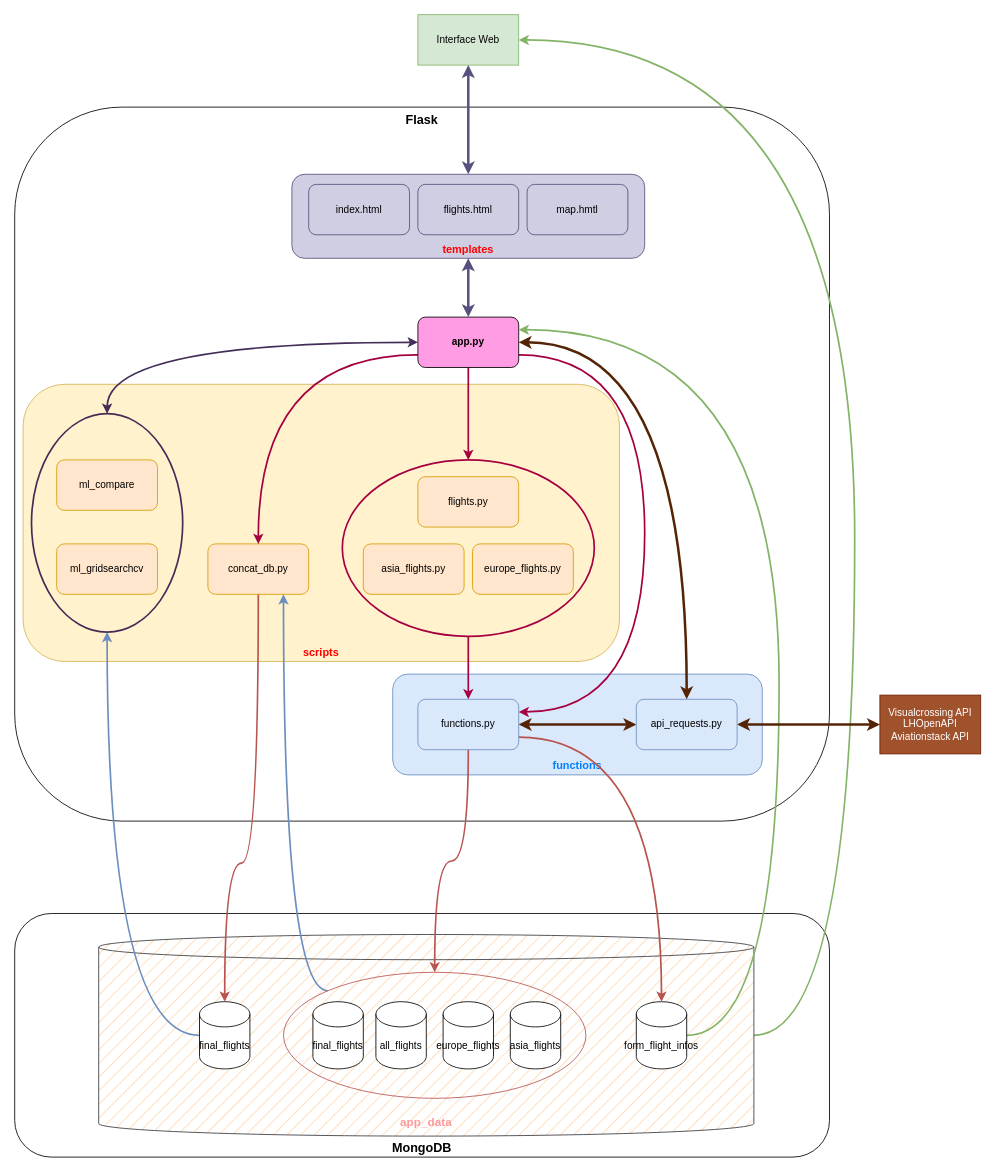
Above: Diagramm/Architecture_Diagramm.drawio in dstairlines24/DST_AIRLINES (draw.io), before the change. Source tidied: cells renumbered, new cells numbered last; positions are measured from the earlier drawing's top-left corner, leaving out a move shared by most shapes. Both pictures are drawn from the tidied source at 84%, with x=0, y=0 at pixel (14, 14).
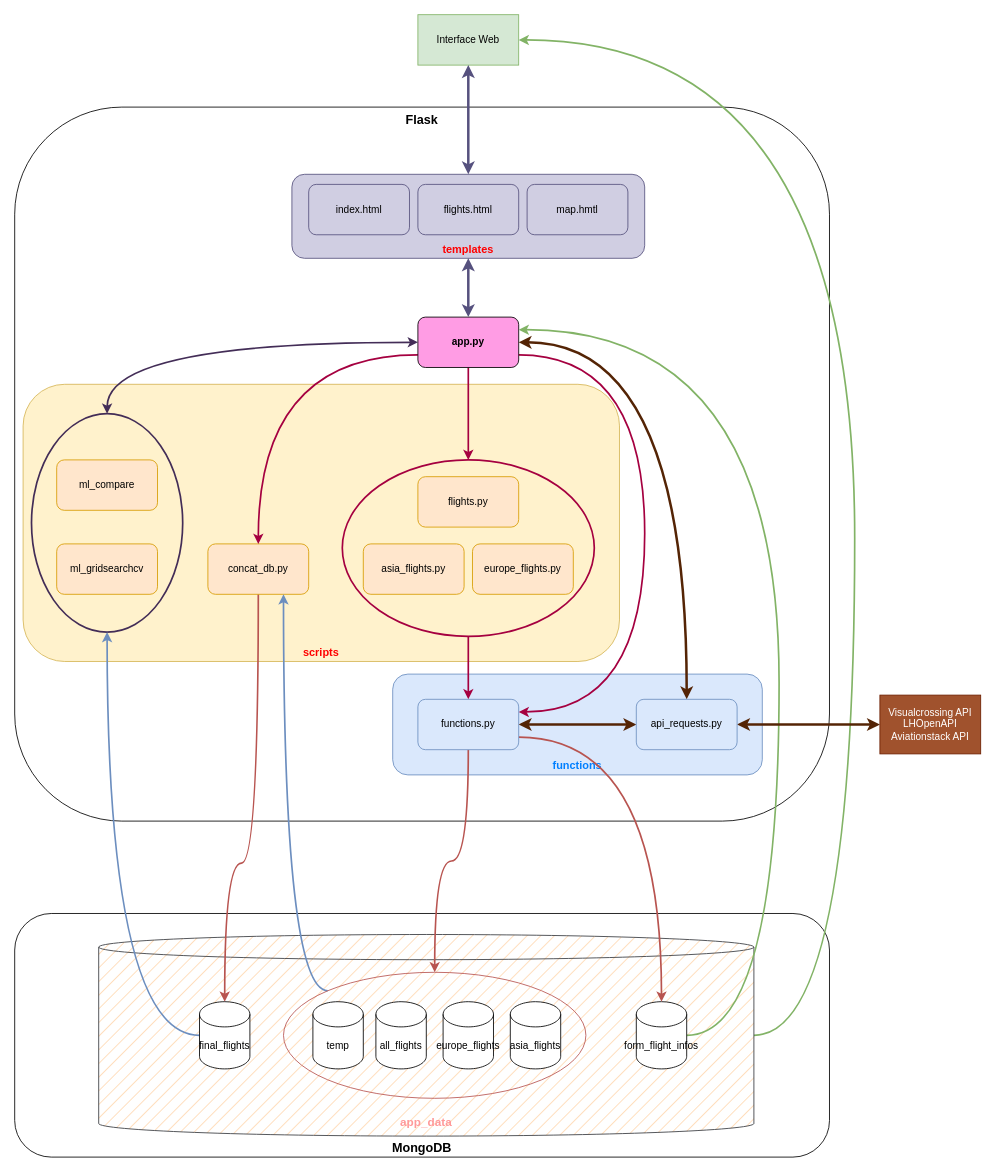
The same diagram, later.

Commit message (it also covers changes not shown here):
maj diagrams et Dockerfile

Change to the diagram source:
```diff
@@
-    <mxCell id="37" value="final_flights" style="shape=cylinder3;whiteSpace=wrap;html=1;boundedLbl=1;backgroundOutline=1;size=15;" parent="1" vertex="1">
+    <mxCell id="37" value="temp" style="shape=cylinder3;whiteSpace=wrap;html=1;boundedLbl=1;backgroundOutline=1;size=15;" parent="1" vertex="1">
       <mxGeometry x="355" y="1175" width="60" height="80" as="geometry" />
     </mxCell>
```
